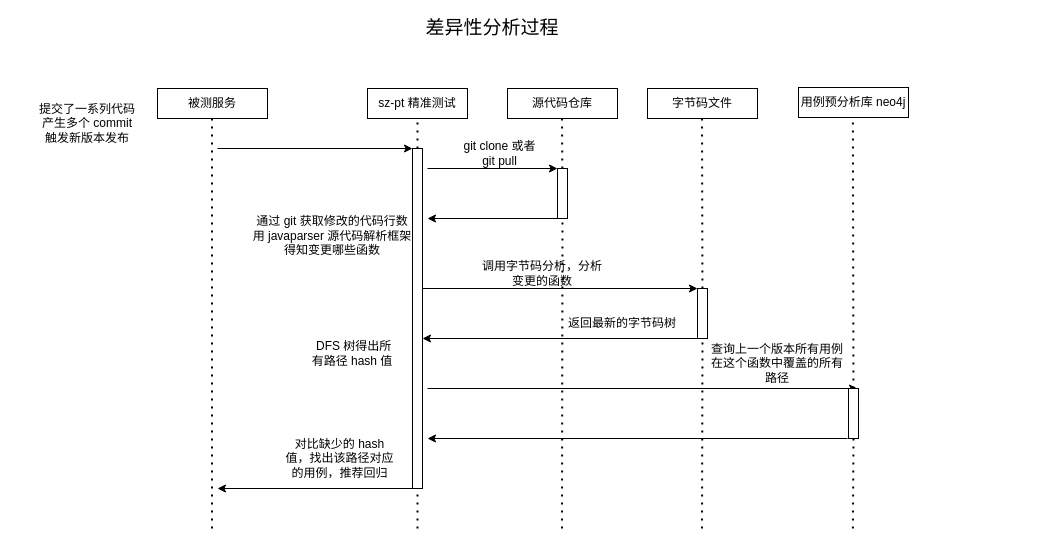
Above: draw.io/差异性分析过程.drawio in KeatonLi/pictures (draw.io), before the change. Source tidied: cells renumbered, new cells numbered last; positions are measured from the earlier drawing's top-left corner, leaving out a move shared by most shapes. Both pictures are drawn from the tidied source at 100%, with x=0, y=0 at pixel (17, 18).
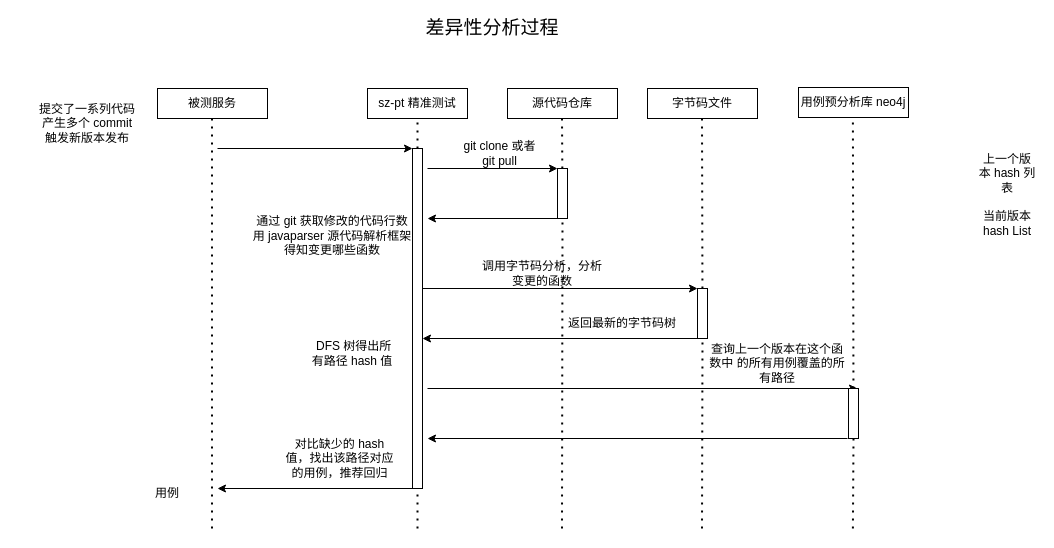
After the change.

Commit message:
更新差异性分析过程.drawio

What changed in the source:
```diff
@@
-    <mxCell id="31" value="查询上一个版本所有用例在这个函数中覆盖的所有路径" style="text;html=1;align=center;verticalAlign=middle;whiteSpace=wrap;rounded=0;" parent="1" vertex="1">
+    <mxCell id="31" value="查询上一个版本在这个函数中 的所有用例覆盖的所有路径" style="text;html=1;align=center;verticalAlign=middle;whiteSpace=wrap;rounded=0;" parent="1" vertex="1">
       <mxGeometry x="690" y="330" width="140" height="30" as="geometry" />
     </mxCell>
@@
+    <mxCell id="37" value="当前版本 hash List" style="text;html=1;align=center;verticalAlign=middle;whiteSpace=wrap;rounded=0;" parent="1" vertex="1">
+      <mxGeometry x="960" y="190" width="60" height="30" as="geometry" />
+    </mxCell>
+    <mxCell id="38" value="上一个版本 hash 列表" style="text;html=1;align=center;verticalAlign=middle;whiteSpace=wrap;rounded=0;" parent="1" vertex="1">
+      <mxGeometry x="960" y="140" width="60" height="30" as="geometry" />
+    </mxCell>
+    <mxCell id="39" value="用例" style="text;html=1;align=center;verticalAlign=middle;whiteSpace=wrap;rounded=0;" parent="1" vertex="1">
+      <mxGeometry x="120" y="460" width="60" height="30" as="geometry" />
+    </mxCell>
```
